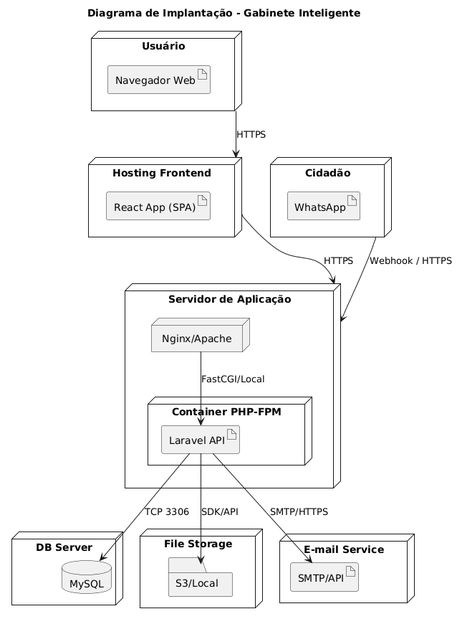
Above: Artefatos/Componentes e Implantacao/Diagrama-implantacao.png in ICEI-PUC-Minas-PPLES-TI/plf-es-2025-2-tcci-0393100-dev-bernardo-biondini (PlantUML), before the change.
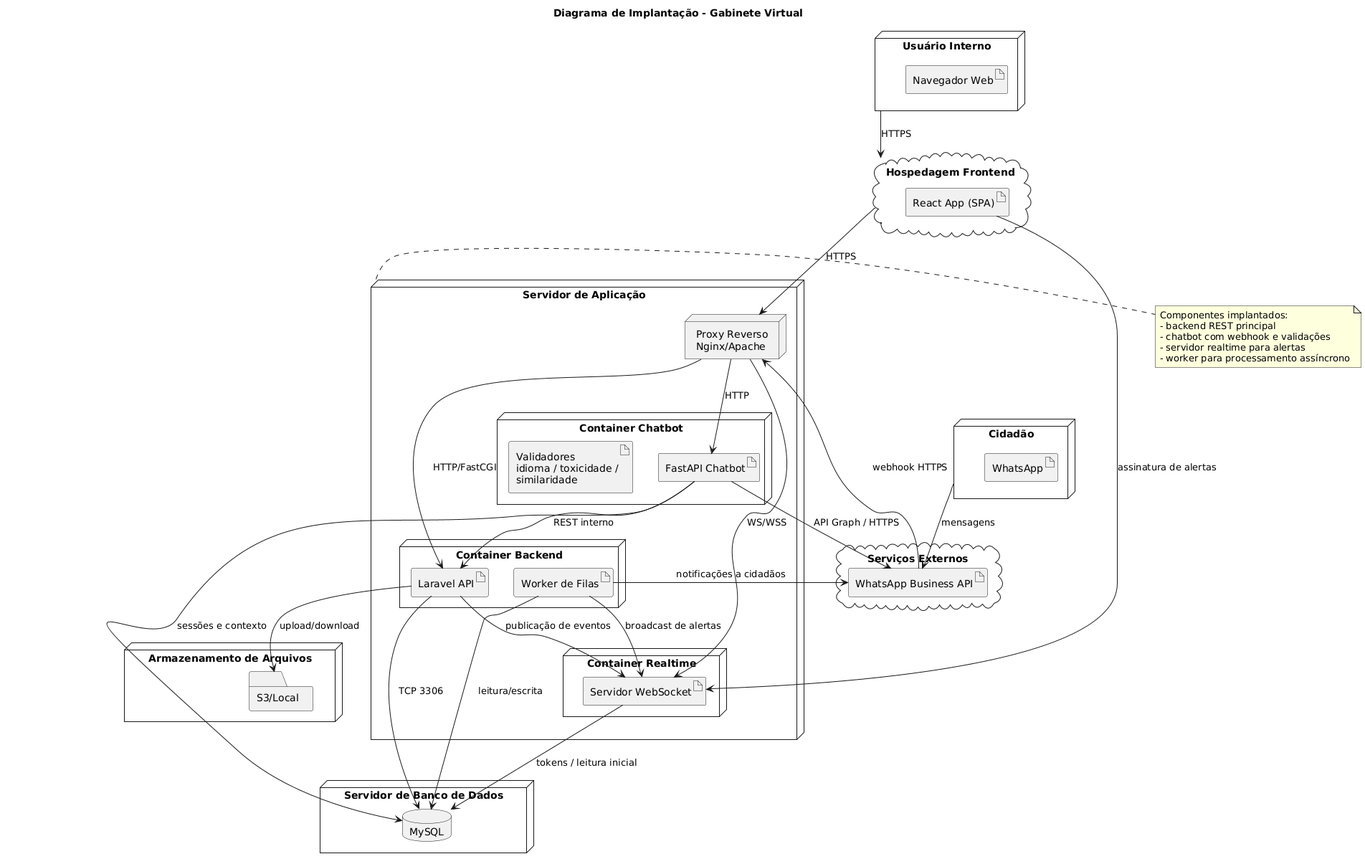
The same diagram one commit later.

What changed in the source:
```diff
@@ -1,45 +1,77 @@
 @startuml
-title Diagrama de Implantação - Gabinete Inteligente
+title Diagrama de Implantação - Gabinete Virtual
 
 skinparam shadowing false
 
-node "Usuário" as User {
+node "Usuário Interno" as User {
   artifact "Navegador Web" as Browser
 }
 
-node "Cidadão" as Cidadao {
-  artifact "WhatsApp" as WhatsApp
+node "Cidadão" as Citizen {
+  artifact "WhatsApp" as WhatsAppClient
 }
 
-node "Hosting Frontend" as FEHost {
+cloud "Hospedagem Frontend" as FEHost {
   artifact "React App (SPA)" as ReactApp
 }
 
 node "Servidor de Aplicação" as AppSrv {
-  node "Nginx/Apache" as WebSrv
-  node "Container PHP-FPM" as PHP {
+  node "Proxy Reverso\nNginx/Apache" as ReverseProxy
+
+  node "Container Backend" as BackendNode {
     artifact "Laravel API" as Laravel
+    artifact "Worker de Filas" as Worker
+  }
+
+  node "Container Chatbot" as ChatbotNode {
+    artifact "FastAPI Chatbot" as FastAPI
+    artifact "Validadores\nidioma / toxicidade /\nsimilaridade" as Validators
+  }
+
+  node "Container Realtime" as RealtimeNode {
+    artifact "Servidor WebSocket" as WebSocket
   }
 }
 
-node "DB Server" as DBNode {
+node "Servidor de Banco de Dados" as DBNode {
   database "MySQL" as MySQL
 }
 
-node "File Storage" as FS {
-  folder "S3/Local" as S3Local
+node "Armazenamento de Arquivos" as FS {
+  folder "S3/Local" as FileStore
 }
 
-node "E-mail Service" as Mail {
-  artifact "SMTP/API" as SMTP
+cloud "Serviços Externos" as Ext {
+  artifact "WhatsApp Business API" as MetaWhatsApp
 }
 
 User -down-> FEHost : HTTPS
-FEHost -down-> AppSrv : HTTPS
-Cidadao -down-> AppSrv : Webhook / HTTPS
+Citizen -down-> MetaWhatsApp : mensagens
+FEHost -down-> ReverseProxy : HTTPS
+MetaWhatsApp -down-> ReverseProxy : webhook HTTPS
 
-WebSrv -down-> Laravel : FastCGI/Local
+ReverseProxy -down-> Laravel : HTTP/FastCGI
+ReverseProxy -down-> FastAPI : HTTP
+ReverseProxy -down-> WebSocket : WS/WSS
+
 Laravel -down-> MySQL : TCP 3306
-Laravel -down-> S3Local : SDK/API
-Laravel -down-> SMTP : SMTP/HTTPS
+Worker -down-> MySQL : leitura/escrita
+FastAPI -down-> MySQL : sessões e contexto
+WebSocket -down-> MySQL : tokens / leitura inicial
+
+Laravel -down-> FileStore : upload/download
+FastAPI -down-> MetaWhatsApp : API Graph / HTTPS
+Worker -down-> MetaWhatsApp : notificações a cidadãos
+Worker -down-> WebSocket : broadcast de alertas
+Laravel -down-> WebSocket : publicação de eventos
+FastAPI -down-> Laravel : REST interno
+ReactApp -down-> WebSocket : assinatura de alertas
+
+note right of AppSrv
+Componentes implantados:
+- backend REST principal
+- chatbot com webhook e validações
+- servidor realtime para alertas
+- worker para processamento assíncrono
+end note
 @enduml
```
